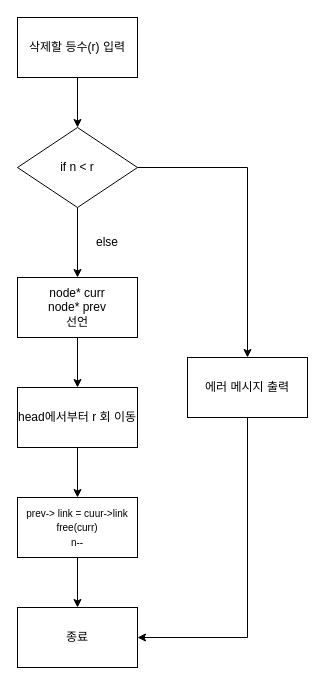
kmj582/draw.io keeps this draw.io diagram as 9주차.drawio. Above is the earlier version. Source tidied: cells renumbered, new cells numbered last; positions are measured from the earlier drawing's top-left corner, leaving out a move shared by most shapes. Both pictures are drawn from the tidied source at 100%, with x=0, y=0 at pixel (17, 17).
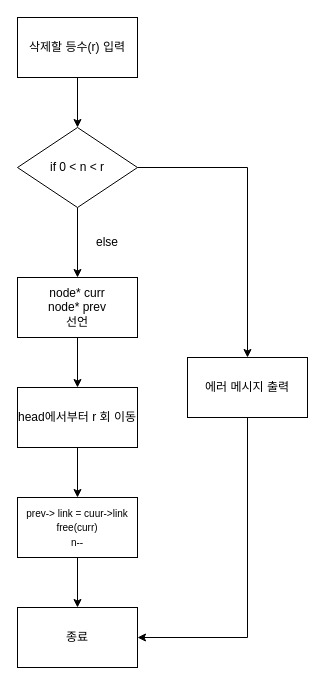
After the change.

Commit message (it also covers changes not shown here):
9주차.drawio 업데이트

The edit, as a diff of the source:
```diff
@@
 <mxGraphModel>
   <root>
     <mxCell id="0" />
     <mxCell id="1" parent="0" />
     <mxCell id="2" style="edgeStyle=orthogonalEdgeStyle;rounded=0;jettySize=auto;html=1;exitX=0.5;exitY=1;exitDx=0;exitDy=0;entryX=0.5;entryY=0;entryDx=0;entryDy=0;" parent="1" edge="1" source="3" target="10">
       <mxGeometry relative="1" as="geometry" />
     </mxCell>
     <mxCell id="3" value="삭제할 등수(r) 입력" style="rounded=0;whiteSpace=wrap;html=1;" parent="1" vertex="1">
       <mxGeometry width="120" height="60" as="geometry" />
     </mxCell>
     <mxCell id="4" style="edgeStyle=orthogonalEdgeStyle;rounded=0;jettySize=auto;html=1;entryX=0.5;entryY=0;entryDx=0;entryDy=0;" parent="1" edge="1" source="5" target="7">
       <mxGeometry relative="1" as="geometry" />
     </mxCell>
     <mxCell id="5" value="node* curr&lt;br&gt;node* prev&lt;br&gt;선언" style="rounded=0;whiteSpace=wrap;html=1;" parent="1" vertex="1">
       <mxGeometry y="260" width="120" height="60" as="geometry" />
     </mxCell>
     <mxCell id="6" style="edgeStyle=orthogonalEdgeStyle;rounded=0;jettySize=auto;html=1;exitX=0.5;exitY=1;exitDx=0;exitDy=0;entryX=0.5;entryY=0;entryDx=0;entryDy=0;" parent="1" edge="1" source="7" target="15">
       <mxGeometry relative="1" as="geometry" />
     </mxCell>
     <mxCell id="7" value="head에서부터 r 회 이동" style="rounded=0;whiteSpace=wrap;html=1;" parent="1" vertex="1">
       <mxGeometry y="370" width="120" height="60" as="geometry" />
     </mxCell>
     <mxCell id="8" style="edgeStyle=orthogonalEdgeStyle;rounded=0;jettySize=auto;html=1;exitX=1;exitY=0.5;exitDx=0;exitDy=0;entryX=0.5;entryY=0;entryDx=0;entryDy=0;" parent="1" edge="1" source="10" target="12">
       <mxGeometry relative="1" as="geometry" />
     </mxCell>
     <mxCell id="9" style="edgeStyle=orthogonalEdgeStyle;rounded=0;jettySize=auto;html=1;exitX=0.5;exitY=1;exitDx=0;exitDy=0;entryX=0.5;entryY=0;entryDx=0;entryDy=0;" parent="1" edge="1" source="10" target="5">
       <mxGeometry relative="1" as="geometry" />
     </mxCell>
-    <mxCell id="10" value="if n &amp;lt; r" style="rhombus;whiteSpace=wrap;html=1;" parent="1" vertex="1">
+    <mxCell id="10" value="if 0 &amp;lt; n &amp;lt; r" style="rhombus;whiteSpace=wrap;html=1;" parent="1" vertex="1">
       <mxGeometry y="110" width="120" height="80" as="geometry" />
     </mxCell>
     <mxCell id="11" style="edgeStyle=orthogonalEdgeStyle;rounded=0;jettySize=auto;html=1;entryX=1;entryY=0.5;entryDx=0;entryDy=0;exitX=0.5;exitY=1;exitDx=0;exitDy=0;" parent="1" edge="1" source="12" target="16">
       <mxGeometry relative="1" as="geometry" />
     </mxCell>
     <mxCell id="12" value="에러 메시지 출력" style="rounded=0;whiteSpace=wrap;html=1;" parent="1" vertex="1">
       <mxGeometry x="170" y="340" width="120" height="60" as="geometry" />
     </mxCell>
     <mxCell id="13" value="else" style="text;html=1;strokeColor=none;fillColor=none;align=center;verticalAlign=middle;whiteSpace=wrap;rounded=0;" parent="1" vertex="1">
       <mxGeometry x="60" y="210" width="60" height="30" as="geometry" />
     </mxCell>
     <mxCell id="14" style="edgeStyle=orthogonalEdgeStyle;rounded=0;jettySize=auto;html=1;entryX=0.5;entryY=0;entryDx=0;entryDy=0;" parent="1" edge="1" source="15" target="16">
       <mxGeometry relative="1" as="geometry" />
     </mxCell>
     <mxCell id="15" value="&lt;font style=&quot;font-size: 10px;&quot;&gt;prev-&amp;gt; link = cuur-&amp;gt;link&lt;br&gt;free(curr)&lt;br&gt;n--&lt;br&gt;&lt;/font&gt;" style="rounded=0;whiteSpace=wrap;html=1;" parent="1" vertex="1">
       <mxGeometry y="480" width="120" height="60" as="geometry" />
     </mxCell>
     <mxCell id="16" value="종료" style="rounded=0;whiteSpace=wrap;html=1;" parent="1" vertex="1">
       <mxGeometry y="590" width="120" height="60" as="geometry" />
     </mxCell>
   </root>
 </mxGraphModel>
```
